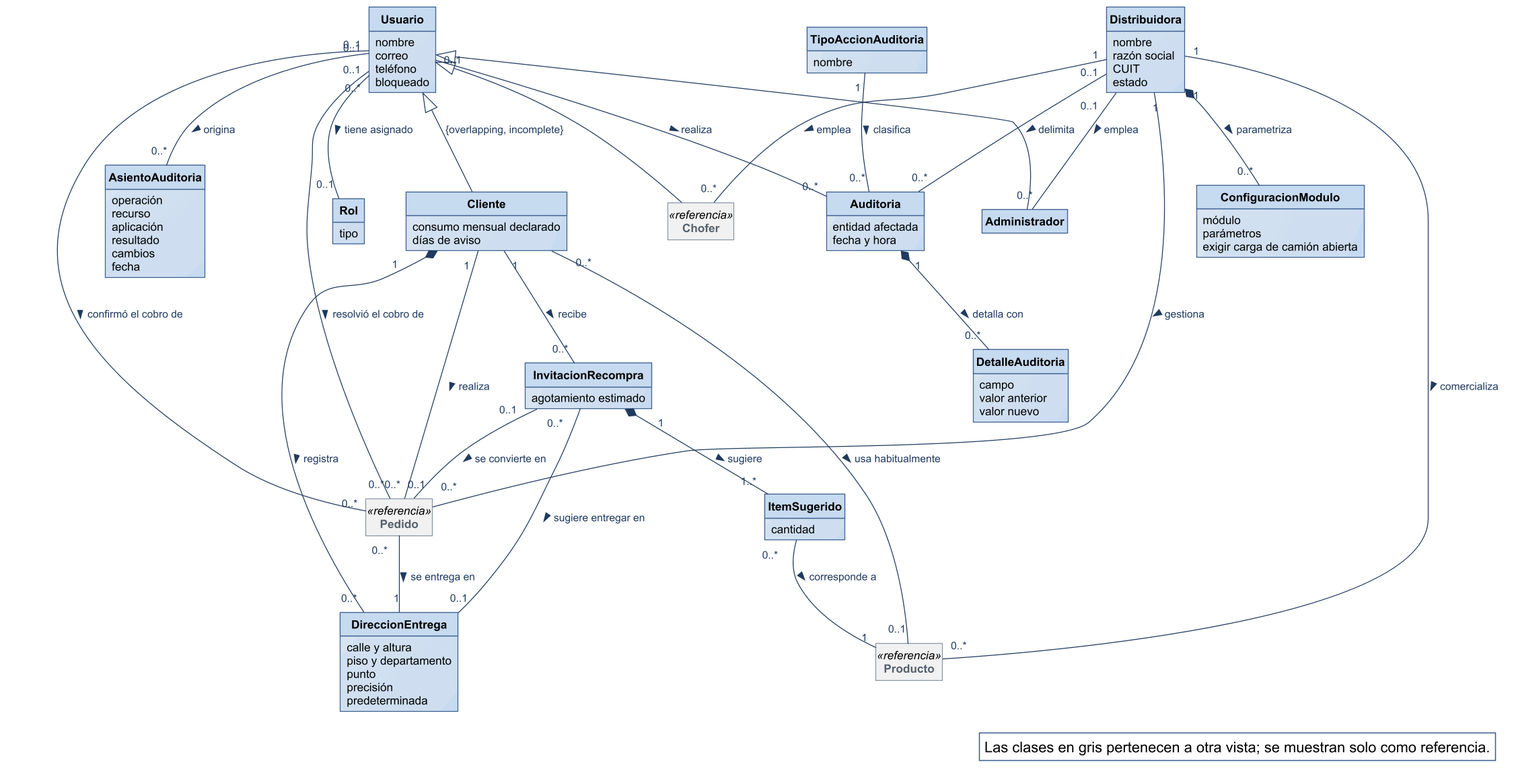
This is diagramas/modelo-conceptual/MC_Usuarios-y-cuentas.png from Nahuelito-Dev/splg-docs, a PlantUML export, as it was before one commit.
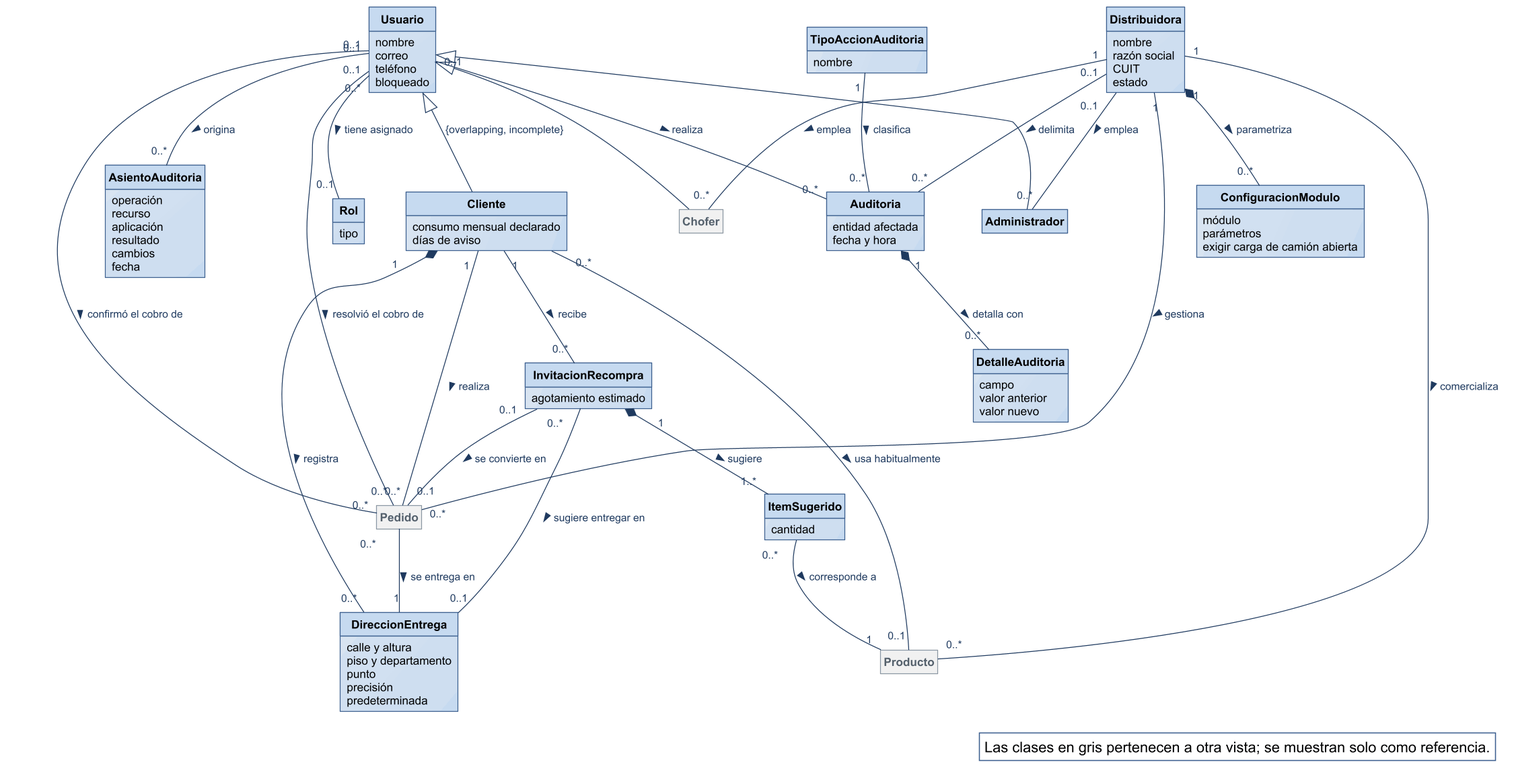
Above is the later version.

The edit, as a diff of the source:
```diff
@@ -2,11 +2,6 @@
 !include ../estilo-vp.iuml
 skinparam nodesep 40
 skinparam ranksep 55
-skinparam class<<referencia>> {
-  BackgroundColor #F1F1F1
-  BorderColor #8A97A3
-  FontColor #55616C
-}
 skinparam packageStyle rectangle
 hide circle
 hide methods
@@ -70,9 +65,9 @@
 class ItemSugerido {
   cantidad
 }
-class Chofer <<referencia>>
-class Producto <<referencia>>
-class Pedido <<referencia>>
+class Chofer #F1F1F1;line:8A97A3;text:55616C
+class Producto #F1F1F1;line:8A97A3;text:55616C
+class Pedido #F1F1F1;line:8A97A3;text:55616C
 
 Usuario <|-- Cliente : {overlapping, incomplete}
 Usuario <|-- Chofer
```
